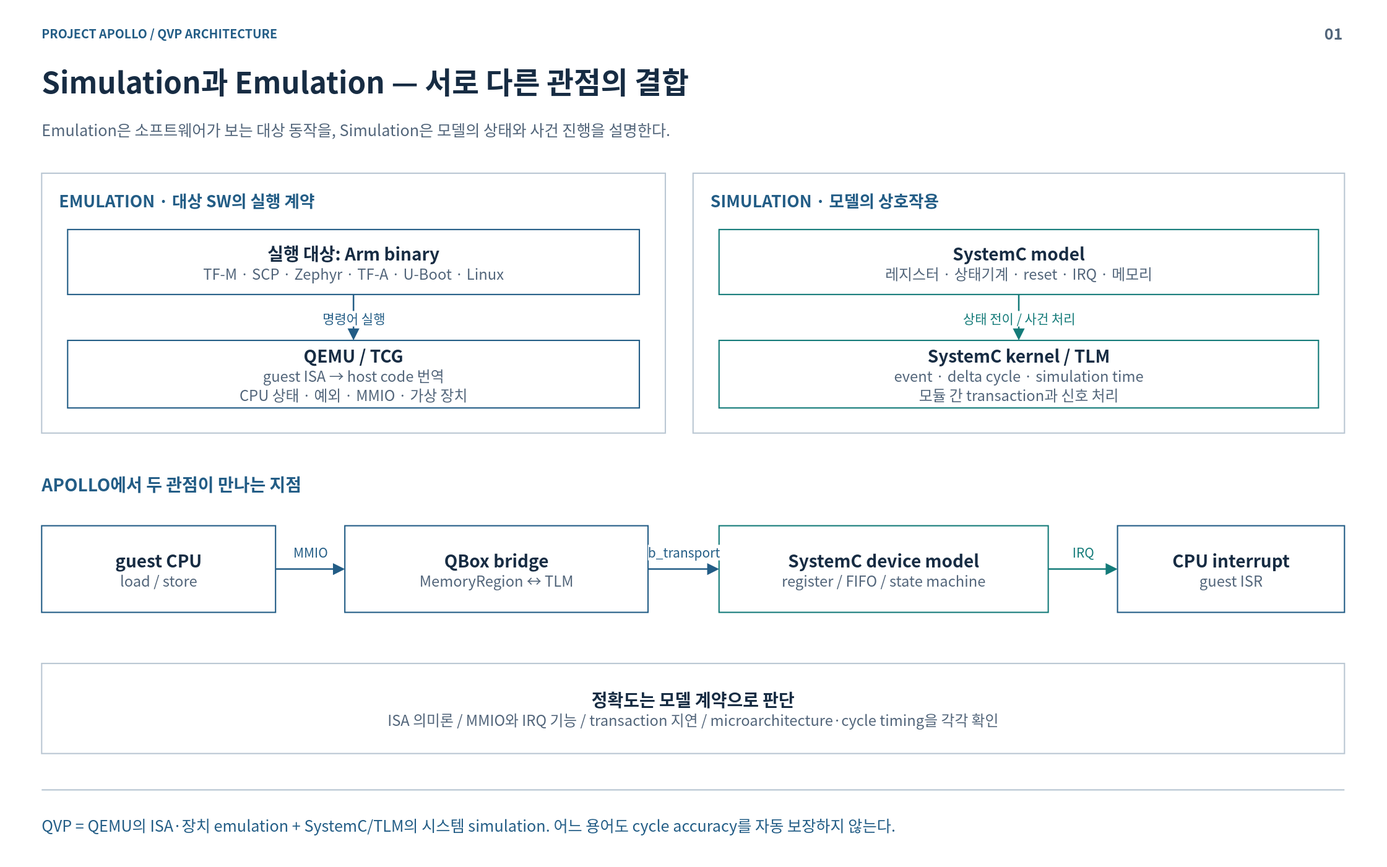
Above: doc/phase1/qbox/diagrams/01-modeling.drawio.svg in cometzero/project-apollo (draw.io), before the change. Source tidied: cells renumbered, new cells last; positions are measured from the earlier drawing's top-left corner, leaving out a move shared by most shapes.
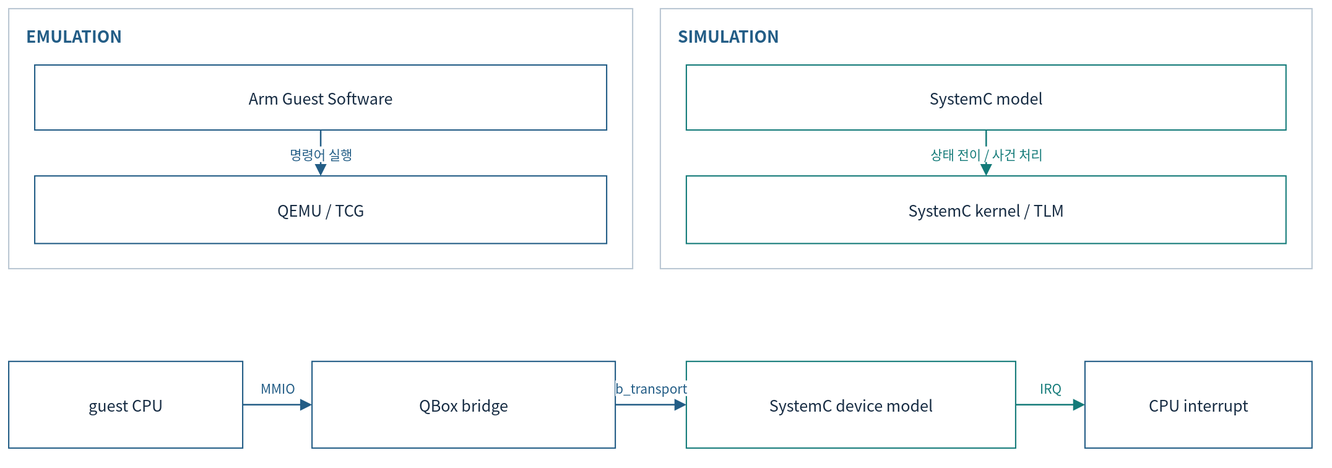
After the commit.

Change to the diagram source:
```diff
@@ -2,40 +2,16 @@
   <root>
     <mxCell id="0" />
     <mxCell id="1" parent="0" />
-    <mxCell id="2" style="rounded=0;whiteSpace=wrap;html=1;fillColor=#FFFFFF;strokeColor=none;strokeWidth=1.5;fontColor=#172C43;fontFamily=Noto Sans CJK KR;fontSize=18;spacing=14;" parent="1" vertex="1">
-      <mxGeometry width="1600" height="1000" as="geometry" />
-    </mxCell>
-    <mxCell id="3" value="PROJECT APOLLO  /  QVP ARCHITECTURE" style="rounded=0;whiteSpace=wrap;html=1;fillColor=#FFFFFF;strokeColor=none;strokeWidth=1.5;fontColor=#172C43;fontFamily=Noto Sans CJK KR;fontSize=18;spacing=14;fillColor=none;align=left;verticalAlign=middle;spacing=0;fontSize=14;fontColor=#235D86;fontStyle=1;" parent="1" vertex="1">
-      <mxGeometry x="48" y="26" width="1400" height="24" as="geometry" />
-    </mxCell>
-    <mxCell id="4" value="01" style="rounded=0;whiteSpace=wrap;html=1;fillColor=#FFFFFF;strokeColor=none;strokeWidth=1.5;fontColor=#172C43;fontFamily=Noto Sans CJK KR;fontSize=18;spacing=14;fillColor=none;align=right;verticalAlign=middle;spacing=0;fontSize=18;fontColor=#52657A;fontStyle=1;" parent="1" vertex="1">
-      <mxGeometry x="1485" y="23" width="65" height="30" as="geometry" />
-    </mxCell>
-    <mxCell id="5" value="Simulation과 Emulation — 서로 다른 관점의 결합" style="rounded=0;whiteSpace=wrap;html=1;fillColor=#FFFFFF;strokeColor=none;strokeWidth=1.5;fontColor=#172C43;fontFamily=Noto Sans CJK KR;fontSize=18;spacing=14;fillColor=none;align=left;verticalAlign=middle;spacing=0;fontSize=34;fontColor=#172C43;fontStyle=1;" parent="1" vertex="1">
-      <mxGeometry x="48" y="67" width="1504" height="54" as="geometry" />
-    </mxCell>
-    <mxCell id="6" value="Emulation은 소프트웨어가 보는 대상 동작을, Simulation은 모델의 상태와 사건 진행을 설명한다." style="rounded=0;whiteSpace=wrap;html=1;fillColor=#FFFFFF;strokeColor=none;strokeWidth=1.5;fontColor=#172C43;fontFamily=Noto Sans CJK KR;fontSize=18;spacing=14;fillColor=none;align=left;verticalAlign=middle;spacing=0;fontSize=18;fontColor=#52657A;" parent="1" vertex="1">
-      <mxGeometry x="48" y="127" width="1504" height="44" as="geometry" />
-    </mxCell>
-    <mxCell id="7" style="html=1;rounded=0;edgeStyle=none;endArrow=none;endSize=9;strokeColor=#BAC7D3;strokeWidth=1.6;fontColor=#BAC7D3;fontFamily=Noto Sans CJK KR;fontSize=15;labelBackgroundColor=#FFFFFF;" parent="1" edge="1">
-      <mxGeometry relative="1" as="geometry">
-        <mxPoint x="48" y="912" as="sourcePoint" />
-        <mxPoint x="1552" y="912" as="targetPoint" />
-      </mxGeometry>
-    </mxCell>
-    <mxCell id="8" value="QVP = QEMU의 ISA·장치 emulation + SystemC/TLM의 시스템 simulation. 어느 용어도 cycle accuracy를 자동 보장하지 않는다." style="rounded=0;whiteSpace=wrap;html=1;fillColor=#FFFFFF;strokeColor=none;strokeWidth=1.5;fontColor=#172C43;fontFamily=Noto Sans CJK KR;fontSize=18;spacing=14;fillColor=none;align=left;verticalAlign=middle;spacing=0;fontSize=18;fontColor=#235D86;" parent="1" vertex="1">
-      <mxGeometry x="48" y="926" width="1504" height="52" as="geometry" />
-    </mxCell>
     <mxCell id="9" style="rounded=0;whiteSpace=wrap;html=1;fillColor=#FFFFFF;strokeColor=#BAC7D3;strokeWidth=1.5;fontColor=#172C43;fontFamily=Noto Sans CJK KR;fontSize=18;spacing=14;" parent="1" vertex="1">
       <mxGeometry x="48" y="200" width="720" height="300" as="geometry" />
     </mxCell>
-    <mxCell id="10" value="EMULATION  ·  대상 SW의 실행 계약" style="rounded=0;whiteSpace=wrap;html=1;fillColor=#FFFFFF;strokeColor=none;strokeWidth=1.5;fontColor=#172C43;fontFamily=Noto Sans CJK KR;fontSize=18;spacing=14;fillColor=none;align=left;verticalAlign=middle;spacing=0;fontSize=19;fontColor=#235D86;fontStyle=1;" parent="1" vertex="1">
+    <mxCell id="10" value="EMULATION" style="rounded=0;whiteSpace=wrap;html=1;fillColor=#FFFFFF;strokeColor=none;strokeWidth=1.5;fontColor=#172C43;fontFamily=Noto Sans CJK KR;fontSize=18;spacing=14;fillColor=none;align=left;verticalAlign=middle;spacing=0;fontSize=19;fontColor=#235D86;fontStyle=1;" parent="1" vertex="1">
       <mxGeometry x="68" y="215" width="680" height="32" as="geometry" />
     </mxCell>
-    <mxCell id="11" value="&lt;b style=&quot;font-size:20px&quot;&gt;실행 대상: Arm binary&lt;/b&gt;&lt;br&gt;&lt;font color=&quot;#52657A&quot; style=&quot;font-size:17px&quot;&gt;TF-M · SCP · Zephyr · TF-A · U-Boot · Linux&lt;/font&gt;" style="rounded=0;whiteSpace=wrap;html=1;fillColor=#FFFFFF;strokeColor=#235D86;strokeWidth=1.5;fontColor=#172C43;fontFamily=Noto Sans CJK KR;fontSize=18;spacing=14;" parent="1" vertex="1">
+    <mxCell id="11" value="Arm Guest Software" style="rounded=0;whiteSpace=wrap;html=1;fillColor=#FFFFFF;strokeColor=#235D86;strokeWidth=1.5;fontColor=#172C43;fontFamily=Noto Sans CJK KR;fontSize=18;spacing=14;" parent="1" vertex="1">
       <mxGeometry x="78" y="265" width="660" height="75" as="geometry" />
     </mxCell>
-    <mxCell id="12" value="&lt;b style=&quot;font-size:20px&quot;&gt;QEMU / TCG&lt;/b&gt;&lt;br&gt;&lt;font color=&quot;#52657A&quot; style=&quot;font-size:17px&quot;&gt;guest ISA → host code 번역&lt;br&gt;CPU 상태 · 예외 · MMIO · 가상 장치&lt;/font&gt;" style="rounded=0;whiteSpace=wrap;html=1;fillColor=#FFFFFF;strokeColor=#235D86;strokeWidth=1.5;fontColor=#172C43;fontFamily=Noto Sans CJK KR;fontSize=18;spacing=14;" parent="1" vertex="1">
+    <mxCell id="12" value="QEMU / TCG" style="rounded=0;whiteSpace=wrap;html=1;fillColor=#FFFFFF;strokeColor=#235D86;strokeWidth=1.5;fontColor=#172C43;fontFamily=Noto Sans CJK KR;fontSize=18;spacing=14;" parent="1" vertex="1">
       <mxGeometry x="78" y="393" width="660" height="78" as="geometry" />
     </mxCell>
     <mxCell id="13" value="명령어 실행" style="html=1;whiteSpace=nowrap;rounded=0;edgeStyle=none;endArrow=block;endFill=1;endSize=9;strokeColor=#235D86;strokeWidth=1.8;fontColor=#235D86;fontFamily=Noto Sans CJK KR;fontSize=15;labelBackgroundColor=#FFFFFF;exitX=0.5;exitY=1;exitDx=0;exitDy=0;entryX=0.5;entryY=0;entryDx=0;entryDy=0;" parent="1" edge="1" source="11" target="12">
@@ -44,31 +20,28 @@
     <mxCell id="14" style="rounded=0;whiteSpace=wrap;html=1;fillColor=#FFFFFF;strokeColor=#BAC7D3;strokeWidth=1.5;fontColor=#172C43;fontFamily=Noto Sans CJK KR;fontSize=18;spacing=14;" parent="1" vertex="1">
       <mxGeometry x="800" y="200" width="752" height="300" as="geometry" />
     </mxCell>
-    <mxCell id="15" value="SIMULATION  ·  모델의 상호작용" style="rounded=0;whiteSpace=wrap;html=1;fillColor=#FFFFFF;strokeColor=none;strokeWidth=1.5;fontColor=#172C43;fontFamily=Noto Sans CJK KR;fontSize=18;spacing=14;fillColor=none;align=left;verticalAlign=middle;spacing=0;fontSize=19;fontColor=#235D86;fontStyle=1;" parent="1" vertex="1">
+    <mxCell id="15" value="SIMULATION" style="rounded=0;whiteSpace=wrap;html=1;fillColor=#FFFFFF;strokeColor=none;strokeWidth=1.5;fontColor=#172C43;fontFamily=Noto Sans CJK KR;fontSize=18;spacing=14;fillColor=none;align=left;verticalAlign=middle;spacing=0;fontSize=19;fontColor=#235D86;fontStyle=1;" parent="1" vertex="1">
       <mxGeometry x="820" y="215" width="712" height="32" as="geometry" />
     </mxCell>
-    <mxCell id="16" value="&lt;b style=&quot;font-size:20px&quot;&gt;SystemC model&lt;/b&gt;&lt;br&gt;&lt;font color=&quot;#52657A&quot; style=&quot;font-size:17px&quot;&gt;레지스터 · 상태기계 · reset · IRQ · 메모리&lt;/font&gt;" style="rounded=0;whiteSpace=wrap;html=1;fillColor=#FFFFFF;strokeColor=#147B79;strokeWidth=1.5;fontColor=#172C43;fontFamily=Noto Sans CJK KR;fontSize=18;spacing=14;" parent="1" vertex="1">
+    <mxCell id="16" value="SystemC model" style="rounded=0;whiteSpace=wrap;html=1;fillColor=#FFFFFF;strokeColor=#147B79;strokeWidth=1.5;fontColor=#172C43;fontFamily=Noto Sans CJK KR;fontSize=18;spacing=14;" parent="1" vertex="1">
       <mxGeometry x="830" y="265" width="692" height="75" as="geometry" />
     </mxCell>
-    <mxCell id="17" value="&lt;b style=&quot;font-size:20px&quot;&gt;SystemC kernel / TLM&lt;/b&gt;&lt;br&gt;&lt;font color=&quot;#52657A&quot; style=&quot;font-size:17px&quot;&gt;event · delta cycle · simulation time&lt;br&gt;모듈 간 transaction과 신호 처리&lt;/font&gt;" style="rounded=0;whiteSpace=wrap;html=1;fillColor=#FFFFFF;strokeColor=#147B79;strokeWidth=1.5;fontColor=#172C43;fontFamily=Noto Sans CJK KR;fontSize=18;spacing=14;" parent="1" vertex="1">
+    <mxCell id="17" value="SystemC kernel / TLM" style="rounded=0;whiteSpace=wrap;html=1;fillColor=#FFFFFF;strokeColor=#147B79;strokeWidth=1.5;fontColor=#172C43;fontFamily=Noto Sans CJK KR;fontSize=18;spacing=14;" parent="1" vertex="1">
       <mxGeometry x="830" y="393" width="692" height="78" as="geometry" />
     </mxCell>
     <mxCell id="18" value="상태 전이 / 사건 처리" style="html=1;whiteSpace=nowrap;rounded=0;edgeStyle=none;endArrow=block;endFill=1;endSize=9;strokeColor=#147B79;strokeWidth=1.8;fontColor=#147B79;fontFamily=Noto Sans CJK KR;fontSize=15;labelBackgroundColor=#FFFFFF;exitX=0.5;exitY=1;exitDx=0;exitDy=0;entryX=0.5;entryY=0;entryDx=0;entryDy=0;" parent="1" edge="1" source="16" target="17">
       <mxGeometry relative="1" as="geometry" />
     </mxCell>
-    <mxCell id="19" value="APOLLO에서 두 관점이 만나는 지점" style="rounded=0;whiteSpace=wrap;html=1;fillColor=#FFFFFF;strokeColor=none;strokeWidth=1.5;fontColor=#172C43;fontFamily=Noto Sans CJK KR;fontSize=18;spacing=14;fillColor=none;align=left;verticalAlign=middle;spacing=0;fontSize=20;fontColor=#235D86;fontStyle=1;" parent="1" vertex="1">
-      <mxGeometry x="48" y="540" width="1504" height="36" as="geometry" />
-    </mxCell>
-    <mxCell id="20" value="&lt;b style=&quot;font-size:20px&quot;&gt;guest CPU&lt;/b&gt;&lt;br&gt;&lt;font color=&quot;#52657A&quot; style=&quot;font-size:17px&quot;&gt;load / store&lt;/font&gt;" style="rounded=0;whiteSpace=wrap;html=1;fillColor=#FFFFFF;strokeColor=#235D86;strokeWidth=1.5;fontColor=#172C43;fontFamily=Noto Sans CJK KR;fontSize=18;spacing=14;" parent="1" vertex="1">
+    <mxCell id="20" value="guest CPU" style="rounded=0;whiteSpace=wrap;html=1;fillColor=#FFFFFF;strokeColor=#235D86;strokeWidth=1.5;fontColor=#172C43;fontFamily=Noto Sans CJK KR;fontSize=18;spacing=14;" parent="1" vertex="1">
       <mxGeometry x="48" y="607" width="270" height="100" as="geometry" />
     </mxCell>
-    <mxCell id="21" value="&lt;b style=&quot;font-size:20px&quot;&gt;QBox bridge&lt;/b&gt;&lt;br&gt;&lt;font color=&quot;#52657A&quot; style=&quot;font-size:17px&quot;&gt;MemoryRegion ↔ TLM&lt;/font&gt;" style="rounded=0;whiteSpace=wrap;html=1;fillColor=#FFFFFF;strokeColor=#235D86;strokeWidth=1.5;fontColor=#172C43;fontFamily=Noto Sans CJK KR;fontSize=18;spacing=14;" parent="1" vertex="1">
+    <mxCell id="21" value="QBox bridge" style="rounded=0;whiteSpace=wrap;html=1;fillColor=#FFFFFF;strokeColor=#235D86;strokeWidth=1.5;fontColor=#172C43;fontFamily=Noto Sans CJK KR;fontSize=18;spacing=14;" parent="1" vertex="1">
       <mxGeometry x="398" y="607" width="350" height="100" as="geometry" />
     </mxCell>
-    <mxCell id="22" value="&lt;b style=&quot;font-size:20px&quot;&gt;SystemC device model&lt;/b&gt;&lt;br&gt;&lt;font color=&quot;#52657A&quot; style=&quot;font-size:17px&quot;&gt;register / FIFO / state machine&lt;/font&gt;" style="rounded=0;whiteSpace=wrap;html=1;fillColor=#FFFFFF;strokeColor=#147B79;strokeWidth=1.5;fontColor=#172C43;fontFamily=Noto Sans CJK KR;fontSize=18;spacing=14;" parent="1" vertex="1">
+    <mxCell id="22" value="SystemC device model" style="rounded=0;whiteSpace=wrap;html=1;fillColor=#FFFFFF;strokeColor=#147B79;strokeWidth=1.5;fontColor=#172C43;fontFamily=Noto Sans CJK KR;fontSize=18;spacing=14;" parent="1" vertex="1">
       <mxGeometry x="830" y="607" width="380" height="100" as="geometry" />
     </mxCell>
-    <mxCell id="23" value="&lt;b style=&quot;font-size:20px&quot;&gt;CPU interrupt&lt;/b&gt;&lt;br&gt;&lt;font color=&quot;#52657A&quot; style=&quot;font-size:17px&quot;&gt;guest ISR&lt;/font&gt;" style="rounded=0;whiteSpace=wrap;html=1;fillColor=#FFFFFF;strokeColor=#235D86;strokeWidth=1.5;fontColor=#172C43;fontFamily=Noto Sans CJK KR;fontSize=18;spacing=14;" parent="1" vertex="1">
+    <mxCell id="23" value="CPU interrupt" style="rounded=0;whiteSpace=wrap;html=1;fillColor=#FFFFFF;strokeColor=#235D86;strokeWidth=1.5;fontColor=#172C43;fontFamily=Noto Sans CJK KR;fontSize=18;spacing=14;" parent="1" vertex="1">
       <mxGeometry x="1290" y="607" width="262" height="100" as="geometry" />
     </mxCell>
     <mxCell id="24" value="MMIO" style="html=1;whiteSpace=nowrap;rounded=0;edgeStyle=none;endArrow=block;endFill=1;endSize=9;strokeColor=#235D86;strokeWidth=1.8;fontColor=#235D86;fontFamily=Noto Sans CJK KR;fontSize=15;labelBackgroundColor=#FFFFFF;exitX=1;exitY=0.5;exitDx=0;exitDy=0;entryX=0;entryY=0.5;entryDx=0;entryDy=0;" parent="1" edge="1" source="20" target="21">
@@ -86,8 +59,5 @@
         <mxPoint y="-20" as="offset" />
       </mxGeometry>
     </mxCell>
-    <mxCell id="27" value="&lt;b style=&quot;font-size:20px&quot;&gt;정확도는 모델 계약으로 판단&lt;/b&gt;&lt;br&gt;&lt;font color=&quot;#52657A&quot; style=&quot;font-size:17px&quot;&gt;ISA 의미론 / MMIO와 IRQ 기능 / transaction 지연 / microarchitecture·cycle timing을 각각 확인&lt;/font&gt;" style="rounded=0;whiteSpace=wrap;html=1;fillColor=#FFFFFF;strokeColor=#BAC7D3;strokeWidth=1.5;fontColor=#172C43;fontFamily=Noto Sans CJK KR;fontSize=18;spacing=14;" parent="1" vertex="1">
-      <mxGeometry x="48" y="766" width="1504" height="104" as="geometry" />
-    </mxCell>
   </root>
 </mxGraphModel>
```
